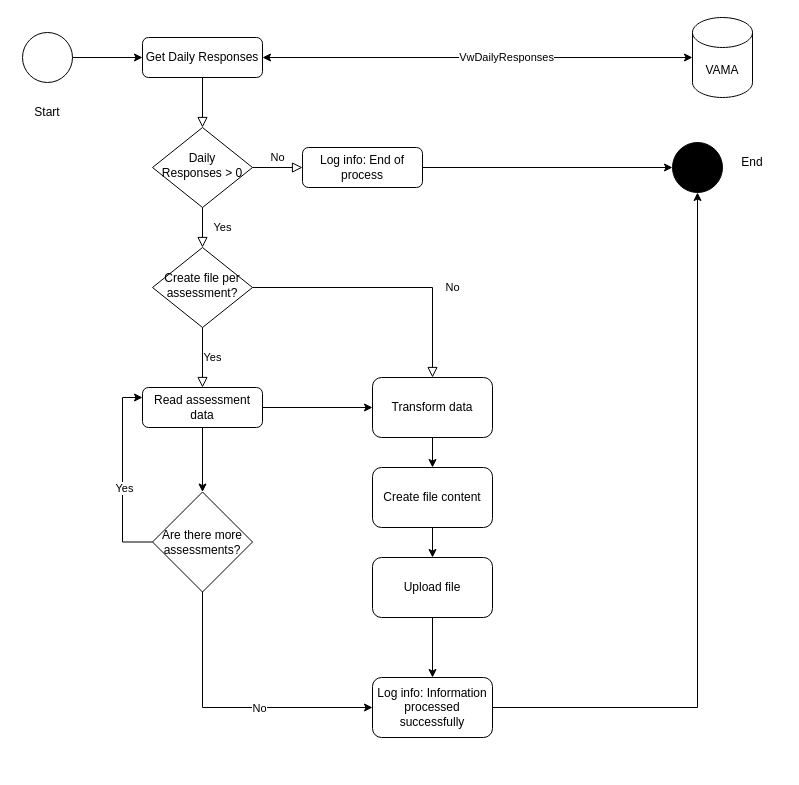
Above: page "Current" (1 of 2) of Diagrama sin título.drawio in gmendozas/Various (draw.io), before the change. Source tidied: cells renumbered, new cells numbered last; positions are measured from the earlier drawing's top-left corner, leaving out a move shared by most shapes. Both pictures are drawn from the tidied source at 100%, with x=0, y=0 at pixel (17, 17).
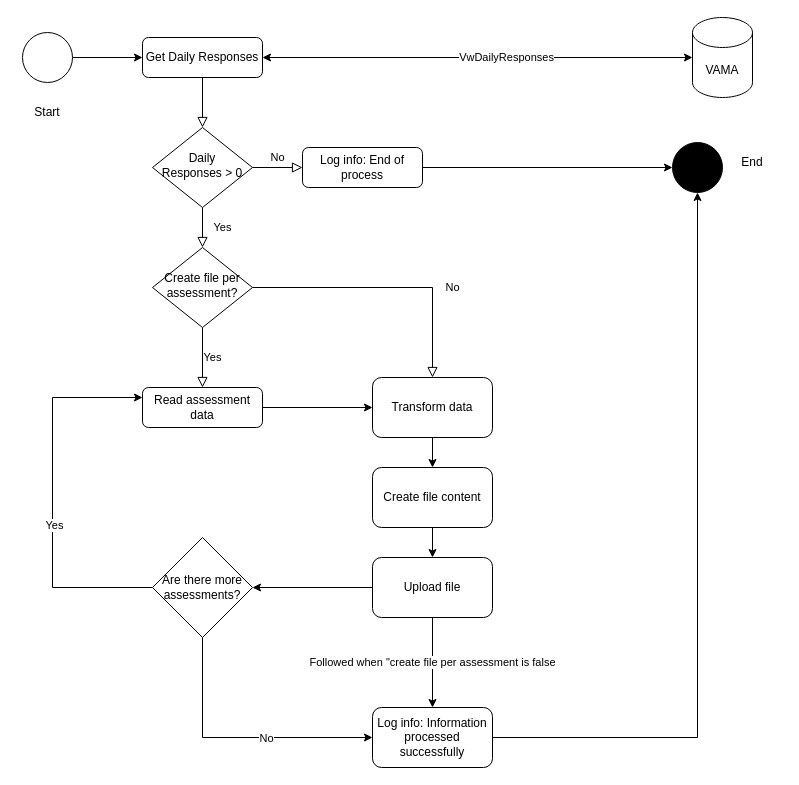
The same diagram, later.

Unchanged cells that the change refers to:
```xml
<mxCell id="14" value="Read assessment data" style="rounded=1;whiteSpace=wrap;html=1;fontSize=12;glass=0;strokeWidth=1;shadow=0;" parent="1" vertex="1">
  <mxGeometry x="125" y="370" width="120" height="40" as="geometry" />
</mxCell>
<mxCell id="24" value="Upload file" style="rounded=1;whiteSpace=wrap;html=1;fillColor=#FFFFFF;" parent="1" vertex="1">
  <mxGeometry x="355" y="540" width="120" height="60" as="geometry" />
</mxCell>
```

Change to the diagram source:
```diff
@@
-    <mxCell id="13" style="edgeStyle=orthogonalEdgeStyle;rounded=0;jettySize=auto;html=1;entryX=0.5;entryY=0;entryDx=0;entryDy=0;" parent="1" edge="1" source="14" target="29">
-      <mxGeometry relative="1" as="geometry" />
-    </mxCell>
@@
-    <mxCell id="23" style="edgeStyle=orthogonalEdgeStyle;rounded=0;jettySize=auto;html=1;" parent="1" edge="1" source="24" target="31">
+    <mxCell id="23" value="Followed when &quot;create file per assessment is false" style="edgeStyle=orthogonalEdgeStyle;rounded=0;jettySize=auto;html=1;" parent="1" edge="1" source="24" target="31">
       <mxGeometry relative="1" as="geometry" />
     </mxCell>
+    <mxCell id="36" style="edgeStyle=orthogonalEdgeStyle;rounded=0;jettySize=auto;html=1;entryX=1;entryY=0.5;entryDx=0;entryDy=0;" parent="1" edge="1" source="24" target="29">
+      <mxGeometry relative="1" as="geometry" />
+    </mxCell>
@@
     <mxCell id="27" style="edgeStyle=orthogonalEdgeStyle;rounded=0;jettySize=auto;html=1;entryX=0;entryY=0.25;entryDx=0;entryDy=0;exitX=0;exitY=0.5;exitDx=0;exitDy=0;" parent="1" edge="1" source="29" target="14">
-      <mxGeometry relative="1" as="geometry" />
+      <mxGeometry relative="1" as="geometry">
+        <Array as="points">
+          <mxPoint x="35" y="570" />
+          <mxPoint x="35" y="380" />
+        </Array>
+      </mxGeometry>
     </mxCell>
@@
     <mxCell id="29" value="Are there more assessments?" style="rhombus;whiteSpace=wrap;html=1;fillColor=#FFFFFF;" parent="1" vertex="1">
-      <mxGeometry x="135" y="474.5" width="100" height="100" as="geometry" />
+      <mxGeometry x="135" y="520" width="100" height="100" as="geometry" />
     </mxCell>
@@
     <mxCell id="31" value="Log info: Information processed successfully" style="rounded=1;whiteSpace=wrap;html=1;fillColor=#FFFFFF;" parent="1" vertex="1">
-      <mxGeometry x="355" y="660" width="120" height="60" as="geometry" />
+      <mxGeometry x="355" y="690" width="120" height="60" as="geometry" />
     </mxCell>
```
